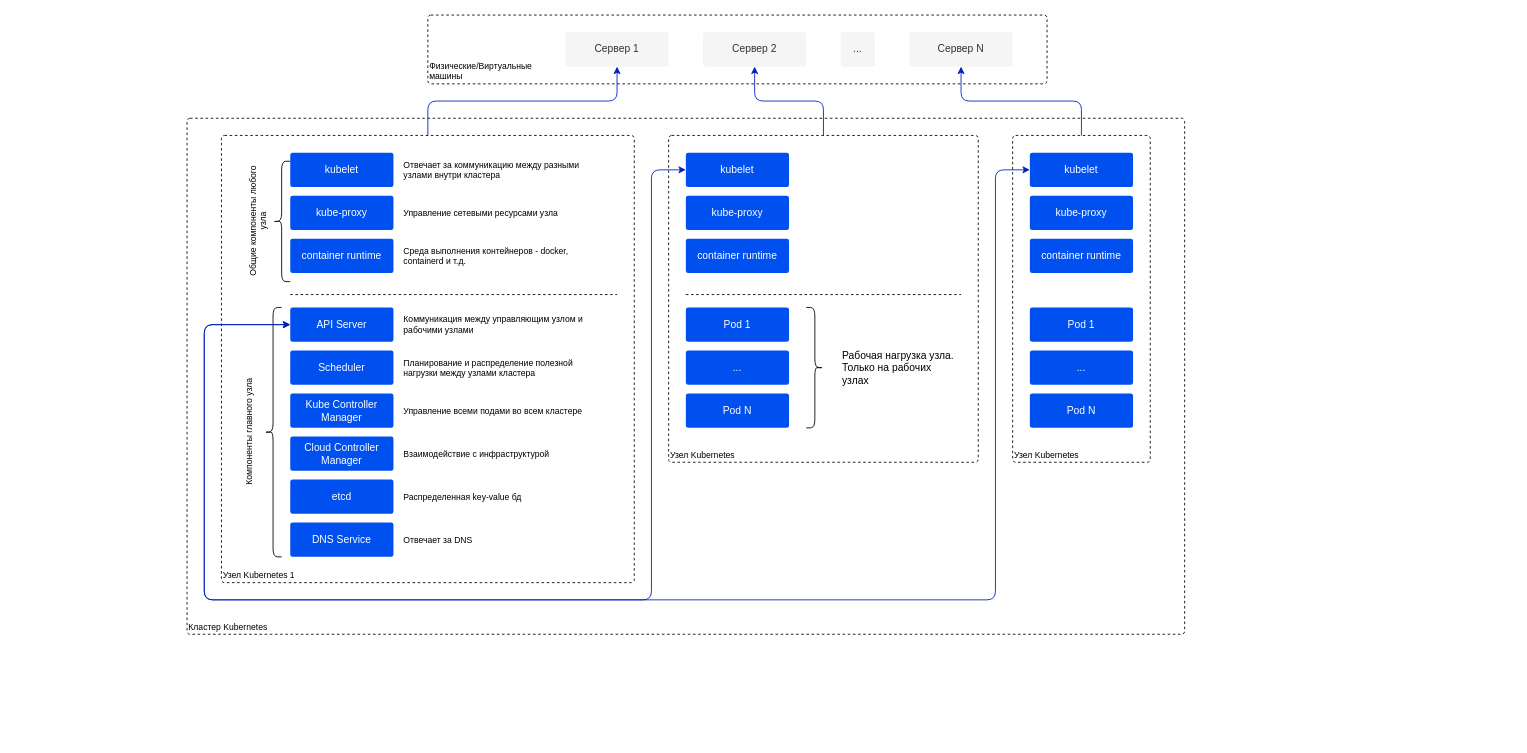
Before: page "Страница — 2" (2 of 2) of Kubernetes.drawio in alexLexus/kubelearn, a draw.io diagram. Source tidied: cells renumbered, new cells numbered last; positions are measured from the earlier drawing's top-left corner, leaving out a move shared by most shapes. Both pictures are drawn from the tidied source at 86%, with x=0, y=0 at pixel (187, 15).
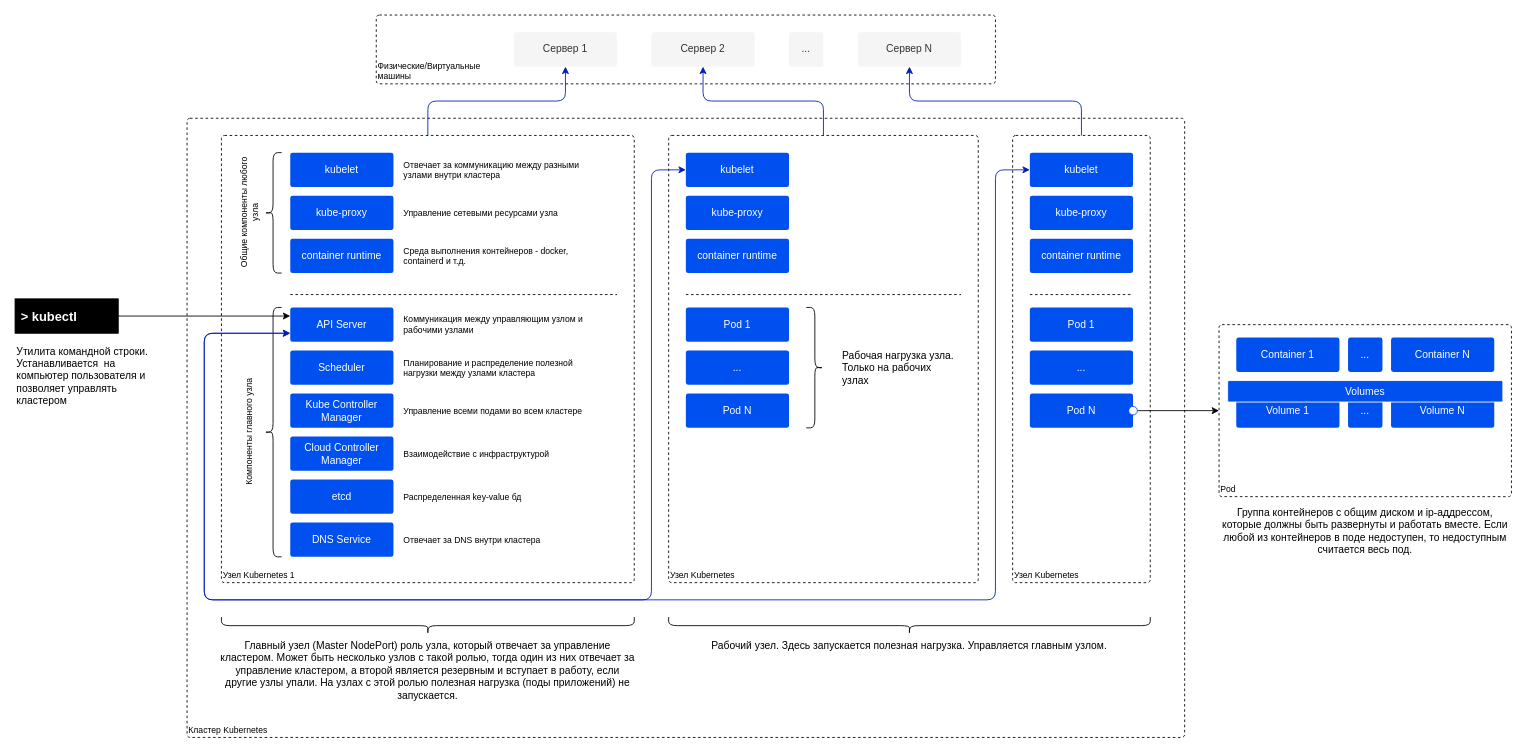
Above is the later version.

The change refers to these unchanged cells:
```xml
<mxCell id="18" value="kubelet" style="rounded=1;whiteSpace=wrap;html=1;strokeColor=none;labelBackgroundColor=none;fillColor=#0050ef;fontColor=#ffffff;arcSize=7;" parent="1" vertex="1">
  <mxGeometry x="580" y="160" width="120" height="40" as="geometry" />
</mxCell>
<mxCell id="32" value="API Server" style="rounded=1;whiteSpace=wrap;html=1;strokeColor=none;labelBackgroundColor=none;fillColor=#0050ef;fontColor=#ffffff;arcSize=7;" parent="1" vertex="1">
  <mxGeometry x="120" y="340" width="120" height="40" as="geometry" />
</mxCell>
<mxCell id="36" value="kubelet" style="rounded=1;whiteSpace=wrap;html=1;strokeColor=none;labelBackgroundColor=none;fillColor=#0050ef;fontColor=#ffffff;arcSize=7;" parent="1" vertex="1">
  <mxGeometry x="980" y="160" width="120" height="40" as="geometry" />
</mxCell>
```

The edit, as a diff of the source:
```diff
@@
     <mxCell id="2" value="Кластер Kubernetes" style="rounded=1;whiteSpace=wrap;html=1;fillColor=none;dashed=1;strokeWidth=1;absoluteArcSize=1;arcSize=7;verticalAlign=bottom;align=left;spacingRight=0;fontStyle=0;spacingLeft=0;labelPosition=center;verticalLabelPosition=middle;fontSize=10;labelBackgroundColor=none;" parent="1" vertex="1">
-      <mxGeometry y="120" width="1160" height="600" as="geometry" />
+      <mxGeometry y="120" width="1160" height="720" as="geometry" />
     </mxCell>
@@
     <mxCell id="6" value="Узел Kubernetes" style="rounded=1;whiteSpace=wrap;html=1;fillColor=none;dashed=1;strokeWidth=1;absoluteArcSize=1;arcSize=7;verticalAlign=bottom;align=left;spacingRight=0;fontStyle=0;spacingLeft=0;labelPosition=center;verticalLabelPosition=middle;fontSize=10;labelBackgroundColor=none;" parent="1" vertex="1">
-      <mxGeometry x="560" y="140" width="360" height="380" as="geometry" />
+      <mxGeometry x="560" y="140" width="360" height="520" as="geometry" />
     </mxCell>
     <mxCell id="7" value="Физические/Виртуальные&lt;div&gt;машины&lt;/div&gt;" style="rounded=1;whiteSpace=wrap;html=1;fillColor=none;dashed=1;strokeWidth=1;absoluteArcSize=1;arcSize=7;verticalAlign=bottom;align=left;spacingRight=0;fontStyle=0;spacingLeft=0;labelPosition=center;verticalLabelPosition=middle;fontSize=10;labelBackgroundColor=none;" parent="1" vertex="1">
-      <mxGeometry x="280" width="720" height="80" as="geometry" />
+      <mxGeometry x="220" width="720" height="80" as="geometry" />
     </mxCell>
     <mxCell id="8" value="Сервер 1" style="rounded=1;whiteSpace=wrap;html=1;strokeColor=none;arcSize=7;labelBackgroundColor=none;fillColor=#f5f5f5;fontColor=#333333;" parent="1" vertex="1">
-      <mxGeometry x="440" y="20" width="120" height="40" as="geometry" />
+      <mxGeometry x="380" y="20" width="120" height="40" as="geometry" />
     </mxCell>
     <mxCell id="9" value="Сервер 2" style="rounded=1;whiteSpace=wrap;html=1;strokeColor=none;arcSize=7;labelBackgroundColor=none;fillColor=#f5f5f5;fontColor=#333333;" parent="1" vertex="1">
-      <mxGeometry x="600" y="20" width="120" height="40" as="geometry" />
+      <mxGeometry x="540" y="20" width="120" height="40" as="geometry" />
     </mxCell>
     <mxCell id="10" value="Сервер N" style="rounded=1;whiteSpace=wrap;html=1;strokeColor=none;arcSize=7;labelBackgroundColor=none;fillColor=#f5f5f5;fontColor=#333333;" parent="1" vertex="1">
-      <mxGeometry x="840" y="20" width="120" height="40" as="geometry" />
+      <mxGeometry x="780" y="20" width="120" height="40" as="geometry" />
     </mxCell>
     <mxCell id="11" value="..." style="rounded=1;whiteSpace=wrap;html=1;strokeColor=none;arcSize=7;labelBackgroundColor=none;fillColor=#f5f5f5;fontColor=#333333;" parent="1" vertex="1">
-      <mxGeometry x="760" y="20" width="40" height="40" as="geometry" />
+      <mxGeometry x="700" y="20" width="40" height="40" as="geometry" />
     </mxCell>
@@
-    <mxCell id="30" style="edgeStyle=orthogonalEdgeStyle;rounded=1;jettySize=auto;html=1;entryX=0;entryY=0.5;entryDx=0;entryDy=0;fillColor=#0050ef;strokeColor=#001DBC;startArrow=classic;startFill=1;" parent="1" edge="1" source="32" target="18">
+    <mxCell id="30" style="edgeStyle=orthogonalEdgeStyle;rounded=1;jettySize=auto;html=1;entryX=0;entryY=0.5;entryDx=0;entryDy=0;fillColor=#0050ef;strokeColor=#001DBC;startArrow=classic;startFill=1;exitX=0;exitY=0.75;exitDx=0;exitDy=0;" parent="1" edge="1" source="32" target="18">
       <mxGeometry relative="1" as="geometry">
         <Array as="points">
-          <mxPoint x="20" y="360" />
+          <mxPoint x="20" y="370" />
           <mxPoint x="20" y="680" />
           <mxPoint x="540" y="680" />
           <mxPoint x="540" y="180" />
         </Array>
       </mxGeometry>
     </mxCell>
-    <mxCell id="31" style="edgeStyle=orthogonalEdgeStyle;rounded=1;jettySize=auto;html=1;entryX=0;entryY=0.5;entryDx=0;entryDy=0;fillColor=#0050ef;strokeColor=#001DBC;startArrow=classic;startFill=1;" parent="1" edge="1" source="32" target="36">
+    <mxCell id="31" style="edgeStyle=orthogonalEdgeStyle;rounded=1;jettySize=auto;html=1;entryX=0;entryY=0.5;entryDx=0;entryDy=0;fillColor=#0050ef;strokeColor=#001DBC;startArrow=classic;startFill=1;exitX=0;exitY=0.75;exitDx=0;exitDy=0;" parent="1" edge="1" source="32" target="36">
       <mxGeometry relative="1" as="geometry">
         <Array as="points">
-          <mxPoint x="20" y="360" />
+          <mxPoint x="20" y="370" />
           <mxPoint x="20" y="680" />
           <mxPoint x="940" y="680" />
           <mxPoint x="940" y="180" />
         </Array>
       </mxGeometry>
     </mxCell>
@@
     <mxCell id="34" style="edgeStyle=orthogonalEdgeStyle;rounded=1;jettySize=auto;html=1;entryX=0.5;entryY=1;entryDx=0;entryDy=0;fillColor=#0050ef;strokeColor=#001DBC;" parent="1" edge="1" source="35" target="10">
-      <mxGeometry relative="1" as="geometry" />
+      <mxGeometry relative="1" as="geometry">
+        <Array as="points">
+          <mxPoint x="1040" y="100" />
+          <mxPoint x="840" y="100" />
+        </Array>
+      </mxGeometry>
     </mxCell>
     <mxCell id="35" value="Узел Kubernetes" style="rounded=1;whiteSpace=wrap;html=1;fillColor=none;dashed=1;strokeWidth=1;absoluteArcSize=1;arcSize=7;verticalAlign=bottom;align=left;spacingRight=0;fontStyle=0;spacingLeft=0;labelPosition=center;verticalLabelPosition=middle;fontSize=10;labelBackgroundColor=none;" parent="1" vertex="1">
-      <mxGeometry x="960" y="140" width="160" height="380" as="geometry" />
+      <mxGeometry x="960" y="140" width="160" height="520" as="geometry" />
     </mxCell>
@@
-    <mxCell id="40" value="..." style="rounded=1;whiteSpace=wrap;html=1;strokeColor=none;labelBackgroundColor=none;fillColor=#0050ef;fontColor=#ffffff;arcSize=7;" parent="1" vertex="1">
+    <mxCell id="40" value="..." style="rounded=1;whiteSpace=wrap;html=1;strokeColor=none;labelBackgroundColor=none;fillColor=#0050EF;fontColor=#ffffff;arcSize=7;" parent="1" vertex="1">
       <mxGeometry x="980" y="390" width="120" height="40" as="geometry" />
     </mxCell>
@@
-    <mxCell id="51" value="Отвечает за DNS" style="text;html=1;align=left;verticalAlign=middle;whiteSpace=wrap;rounded=1;fontSize=10;" parent="1" vertex="1">
+    <mxCell id="51" value="Отвечает за DNS внутри кластера" style="text;html=1;align=left;verticalAlign=middle;whiteSpace=wrap;rounded=1;fontSize=10;" parent="1" vertex="1">
       <mxGeometry x="250" y="590" width="230" height="40" as="geometry" />
     </mxCell>
     <mxCell id="52" value="Общие компоненты любого узла" style="shape=curlyBracket;whiteSpace=wrap;html=1;rounded=1;labelPosition=left;verticalLabelPosition=middle;align=center;verticalAlign=middle;horizontal=0;spacingRight=0;spacing=0;spacingBottom=15;fontSize=10;" parent="1" vertex="1">
-      <mxGeometry x="100" y="170" width="20" height="140" as="geometry" />
+      <mxGeometry x="90" y="160" width="20" height="140" as="geometry" />
     </mxCell>
+    <mxCell id="53" style="edgeStyle=orthogonalEdgeStyle;rounded=1;jettySize=auto;html=1;entryX=0;entryY=0.25;entryDx=0;entryDy=0;exitX=1;exitY=0.5;exitDx=0;exitDy=0;" parent="1" edge="1" source="54" target="32">
+      <mxGeometry relative="1" as="geometry" />
+    </mxCell>
+    <mxCell id="54" value="&amp;gt; kubectl" style="rounded=0;whiteSpace=wrap;html=1;fillColor=#000000;fontColor=#FFFFFF;align=left;spacingLeft=5;fontStyle=1;fontSize=15;" parent="1" vertex="1">
+      <mxGeometry x="-200" y="330" width="120" height="40" as="geometry" />
+    </mxCell>
+    <mxCell id="55" value="Утилита командной строки. Устанавливается &amp;nbsp;на компьютер пользователя и позволяет управлять кластером" style="text;html=1;align=left;verticalAlign=middle;whiteSpace=wrap;rounded=0;" parent="1" vertex="1">
+      <mxGeometry x="-200" y="380" width="170" height="80" as="geometry" />
+    </mxCell>
+    <mxCell id="56" value="Главный узел (Master NodePort) роль узла, который отвечает за управление кластером. Может быть несколько узлов с такой ролью, тогда один из них отвечает за управление кластером, а второй является резервным и вступает в работу, если другие узлы упали. На узлах с этой ролью полезная нагрузка (поды приложений) не запускается." style="shape=curlyBracket;whiteSpace=wrap;html=1;rounded=1;flipH=1;labelPosition=right;verticalLabelPosition=middle;align=center;verticalAlign=top;rotation=90;horizontal=0;" parent="1" vertex="1">
+      <mxGeometry x="270" y="470" width="20" height="480" as="geometry" />
+    </mxCell>
+    <mxCell id="57" value="Рабочий узел. Здесь запускается полезная нагрузка. Управляется главным узлом." style="shape=curlyBracket;whiteSpace=wrap;html=1;rounded=1;flipH=1;labelPosition=right;verticalLabelPosition=middle;align=center;verticalAlign=top;rotation=90;horizontal=0;" parent="1" vertex="1">
+      <mxGeometry x="830" y="430" width="20" height="560" as="geometry" />
+    </mxCell>
+    <mxCell id="58" style="edgeStyle=orthogonalEdgeStyle;rounded=1;jettySize=auto;html=1;entryX=0;entryY=0.5;entryDx=0;entryDy=0;" parent="1" edge="1" source="59" target="60">
+      <mxGeometry relative="1" as="geometry" />
+    </mxCell>
+    <mxCell id="59" style="ellipse;whiteSpace=wrap;html=1;rounded=1;strokeColor=#0050EF;" parent="1" vertex="1">
+      <mxGeometry x="1095" y="455" width="10" height="10" as="geometry" />
+    </mxCell>
+    <mxCell id="60" value="Pod" style="rounded=1;whiteSpace=wrap;html=1;fillColor=none;dashed=1;strokeWidth=1;absoluteArcSize=1;arcSize=7;verticalAlign=bottom;align=left;spacingRight=0;fontStyle=0;spacingLeft=0;labelPosition=center;verticalLabelPosition=middle;fontSize=10;labelBackgroundColor=none;" parent="1" vertex="1">
+      <mxGeometry x="1200" y="360" width="340" height="200" as="geometry" />
+    </mxCell>
+    <mxCell id="61" style="line;strokeWidth=1;html=1;rounded=1;dashed=1;" parent="1" vertex="1">
+      <mxGeometry x="980" y="320" width="120" height="10" as="geometry" />
+    </mxCell>
+    <mxCell id="62" value="Container 1" style="rounded=1;whiteSpace=wrap;html=1;strokeColor=none;labelBackgroundColor=none;fillColor=#0050ef;fontColor=#ffffff;arcSize=7;" parent="1" vertex="1">
+      <mxGeometry x="1220" y="375" width="120" height="40" as="geometry" />
+    </mxCell>
+    <mxCell id="63" value="..." style="rounded=1;whiteSpace=wrap;html=1;strokeColor=none;labelBackgroundColor=none;fillColor=#0050EF;fontColor=#ffffff;arcSize=7;" parent="1" vertex="1">
+      <mxGeometry x="1350" y="375" width="40" height="40" as="geometry" />
+    </mxCell>
+    <mxCell id="64" value="Container N" style="rounded=1;whiteSpace=wrap;html=1;strokeColor=none;labelBackgroundColor=none;fillColor=#0050ef;fontColor=#ffffff;arcSize=7;" parent="1" vertex="1">
+      <mxGeometry x="1400" y="375" width="120" height="40" as="geometry" />
+    </mxCell>
+    <mxCell id="65" value="Volume 1" style="rounded=1;whiteSpace=wrap;html=1;strokeColor=none;labelBackgroundColor=none;fillColor=#0050ef;fontColor=#ffffff;arcSize=7;" parent="1" vertex="1">
+      <mxGeometry x="1220" y="440" width="120" height="40" as="geometry" />
+    </mxCell>
+    <mxCell id="66" value="..." style="rounded=1;whiteSpace=wrap;html=1;strokeColor=none;labelBackgroundColor=none;fillColor=#0050EF;fontColor=#ffffff;arcSize=7;" parent="1" vertex="1">
+      <mxGeometry x="1350" y="440" width="40" height="40" as="geometry" />
+    </mxCell>
+    <mxCell id="67" value="Volume N" style="rounded=1;whiteSpace=wrap;html=1;strokeColor=none;labelBackgroundColor=none;fillColor=#0050ef;fontColor=#ffffff;arcSize=7;" parent="1" vertex="1">
+      <mxGeometry x="1400" y="440" width="120" height="40" as="geometry" />
+    </mxCell>
+    <mxCell id="68" value="Группа контейнеров с общим диском и ip-аддрессом, которые должны быть развернуты и работать вместе. Если любой из контейнеров в поде недоступен, то недоступным считается весь под." style="text;html=1;align=center;verticalAlign=middle;whiteSpace=wrap;rounded=0;" parent="1" vertex="1">
+      <mxGeometry x="1200" y="570" width="340" height="60" as="geometry" />
+    </mxCell>
+    <mxCell id="69" value="Volumes" style="rounded=1;whiteSpace=wrap;html=1;strokeColor=#FFFFFF;labelBackgroundColor=none;fillColor=#0050ef;fontColor=#ffffff;arcSize=7;" parent="1" vertex="1">
+      <mxGeometry x="1210" y="425" width="320" height="25" as="geometry" />
+    </mxCell>
```
